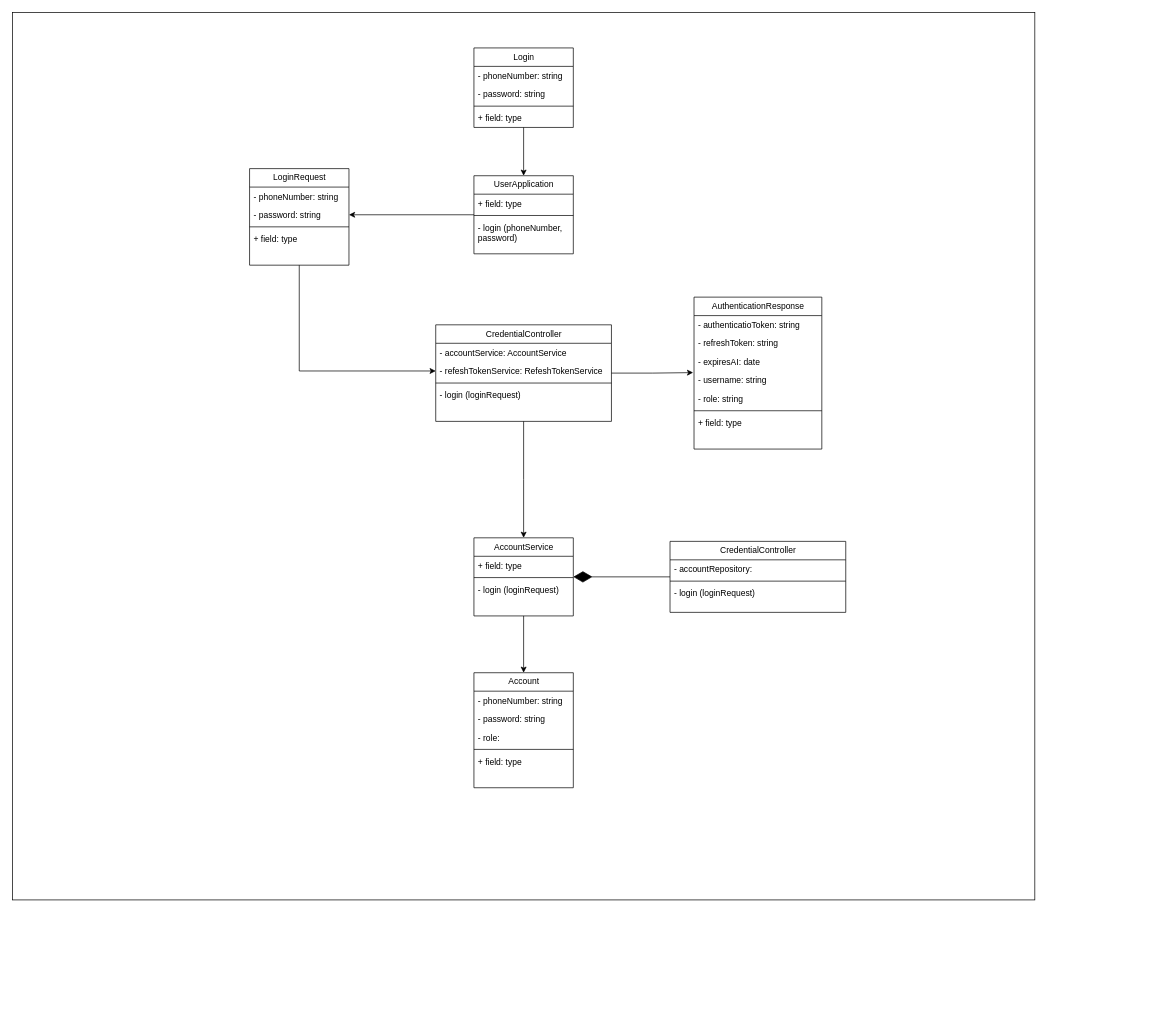
Before: page "ClassDiagramLogin" (5 of 6) of Doc/Untitled Diagram.drawio in SWD392/SmallQuiz, a draw.io diagram. Source tidied: cells renumbered, new cells numbered last; positions are measured from the earlier drawing's top-left corner, leaving out a move shared by most shapes. Both pictures are drawn from the tidied source at 71%, with x=0, y=0 at pixel (12, 12).
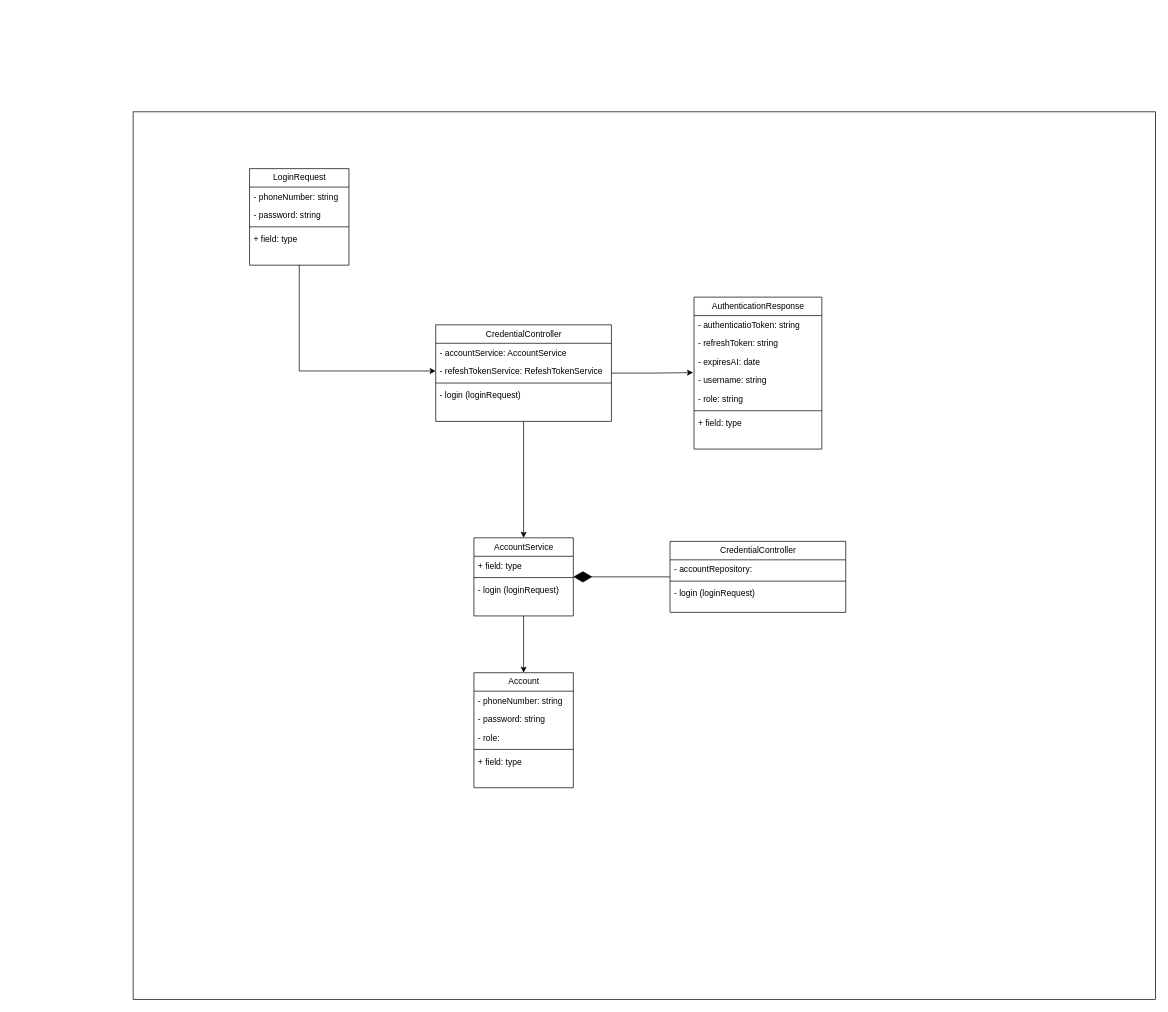
The same diagram, later.

The change refers to these unchanged cells:
```xml
<mxCell id="17" value="- password: string " style="text;strokeColor=none;fillColor=none;align=left;verticalAlign=top;spacingLeft=4;spacingRight=4;overflow=hidden;points=[[0,0.5],[1,0.5]];portConstraint=eastwest;fontSize=12;fontFamily=Helvetica;fontColor=default;" parent="15" vertex="1">
  <mxGeometry y="52" width="140" height="26" as="geometry" />
</mxCell>
```

The edit, as a diff of the source:
```diff
@@
     <mxCell id="2" style="rounded=0;whiteSpace=wrap;html=1;" parent="1" vertex="1">
-      <mxGeometry width="1440" height="1250" as="geometry" />
+      <mxGeometry x="170" y="140" width="1440" height="1250" as="geometry" />
     </mxCell>
-    <mxCell id="3" style="edgeStyle=orthogonalEdgeStyle;rounded=0;jettySize=auto;html=1;entryX=0.5;entryY=0;entryDx=0;entryDy=0;fontFamily=Helvetica;fontSize=12;fontColor=default;" parent="1" edge="1" source="4" target="10">
-      <mxGeometry relative="1" as="geometry" />
-    </mxCell>
-    <mxCell id="4" value="Login" style="swimlane;fontStyle=0;horizontal=1;startSize=26;fillColor=none;rounded=0;strokeColor=default;fontFamily=Helvetica;fontSize=12;fontColor=default;html=1;" parent="1" vertex="1">
-      <mxGeometry x="650" y="50" width="140" height="112" as="geometry" />
-    </mxCell>
-    <mxCell id="5" value="- phoneNumber: string    " style="text;strokeColor=none;fillColor=none;align=left;verticalAlign=top;spacingLeft=4;spacingRight=4;overflow=hidden;fontSize=12;fontFamily=Helvetica;fontColor=default;" parent="4" vertex="1">
-      <mxGeometry y="26" width="140" height="26" as="geometry" />
-    </mxCell>
-    <mxCell id="6" value="- password: string " style="text;strokeColor=none;fillColor=none;align=left;verticalAlign=top;spacingLeft=4;spacingRight=4;overflow=hidden;fontSize=12;fontFamily=Helvetica;fontColor=default;" parent="4" vertex="1">
-      <mxGeometry y="52" width="140" height="26" as="geometry" />
-    </mxCell>
-    <mxCell id="7" style="line;strokeWidth=1;fillColor=none;align=left;verticalAlign=middle;spacingTop=-1;spacingLeft=3;spacingRight=3;labelPosition=right;strokeColor=inherit;rounded=0;fontFamily=Helvetica;fontSize=12;fontColor=default;html=1;" parent="4" vertex="1">
-      <mxGeometry y="78" width="140" height="8" as="geometry" />
-    </mxCell>
-    <mxCell id="8" value="+ field: type" style="text;strokeColor=none;fillColor=none;align=left;verticalAlign=top;spacingLeft=4;spacingRight=4;overflow=hidden;fontSize=12;fontFamily=Helvetica;fontColor=default;" parent="4" vertex="1">
-      <mxGeometry y="86" width="140" height="26" as="geometry" />
-    </mxCell>
-    <mxCell id="9" style="edgeStyle=orthogonalEdgeStyle;rounded=0;jettySize=auto;html=1;entryX=1;entryY=0.5;entryDx=0;entryDy=0;fontFamily=Helvetica;fontSize=12;fontColor=default;" parent="1" edge="1" source="10" target="17">
-      <mxGeometry relative="1" as="geometry" />
-    </mxCell>
-    <mxCell id="10" value="UserApplication" style="swimlane;fontStyle=0;horizontal=1;startSize=26;fillColor=none;rounded=0;strokeColor=default;fontFamily=Helvetica;fontSize=12;fontColor=default;html=1;" parent="1" vertex="1">
-      <mxGeometry x="650" y="230" width="140" height="110" as="geometry" />
-    </mxCell>
-    <mxCell id="11" value="+ field: type" style="text;strokeColor=none;fillColor=none;align=left;verticalAlign=top;spacingLeft=4;spacingRight=4;overflow=hidden;fontSize=12;fontFamily=Helvetica;fontColor=default;" parent="10" vertex="1">
-      <mxGeometry y="26" width="140" height="26" as="geometry" />
-    </mxCell>
-    <mxCell id="12" style="line;strokeWidth=1;fillColor=none;align=left;verticalAlign=middle;spacingTop=-1;spacingLeft=3;spacingRight=3;labelPosition=right;strokeColor=inherit;rounded=0;fontFamily=Helvetica;fontSize=12;fontColor=default;html=1;" parent="10" vertex="1">
-      <mxGeometry y="52" width="140" height="8" as="geometry" />
-    </mxCell>
-    <mxCell id="13" value="- login (phoneNumber, &#10;password)&#10;" style="text;strokeColor=none;fillColor=none;align=left;verticalAlign=top;spacingLeft=4;spacingRight=4;overflow=hidden;fontSize=12;fontFamily=Helvetica;fontColor=default;" parent="10" vertex="1">
-      <mxGeometry y="60" width="140" height="50" as="geometry" />
-    </mxCell>
```
